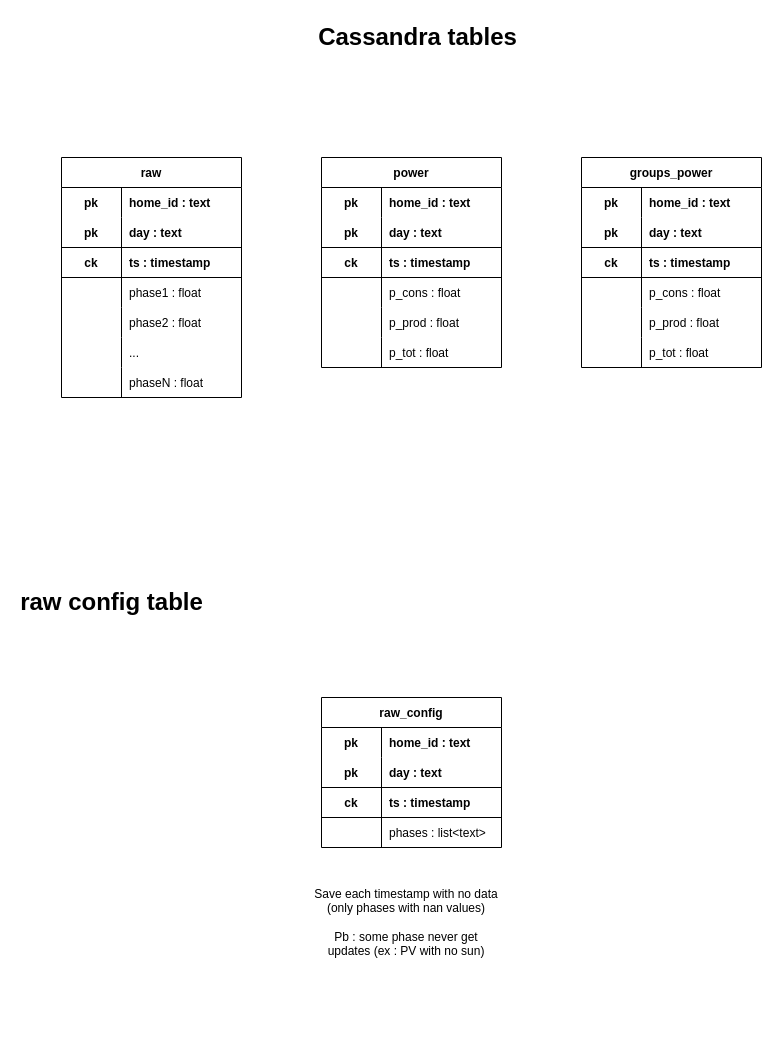
This is page "cassandra tables" (1 of 9) of documentation/documentation_diagrams.drawio from AlexandreHnf/Voisin-d-energie-ULB, a draw.io file, before an edit. Source tidied: cells renumbered, new cells numbered last; positions are measured from the earlier drawing's top-left corner, leaving out a move shared by most shapes. Both pictures are drawn from the tidied source at 100%, with x=0, y=0 at pixel (61, 17).
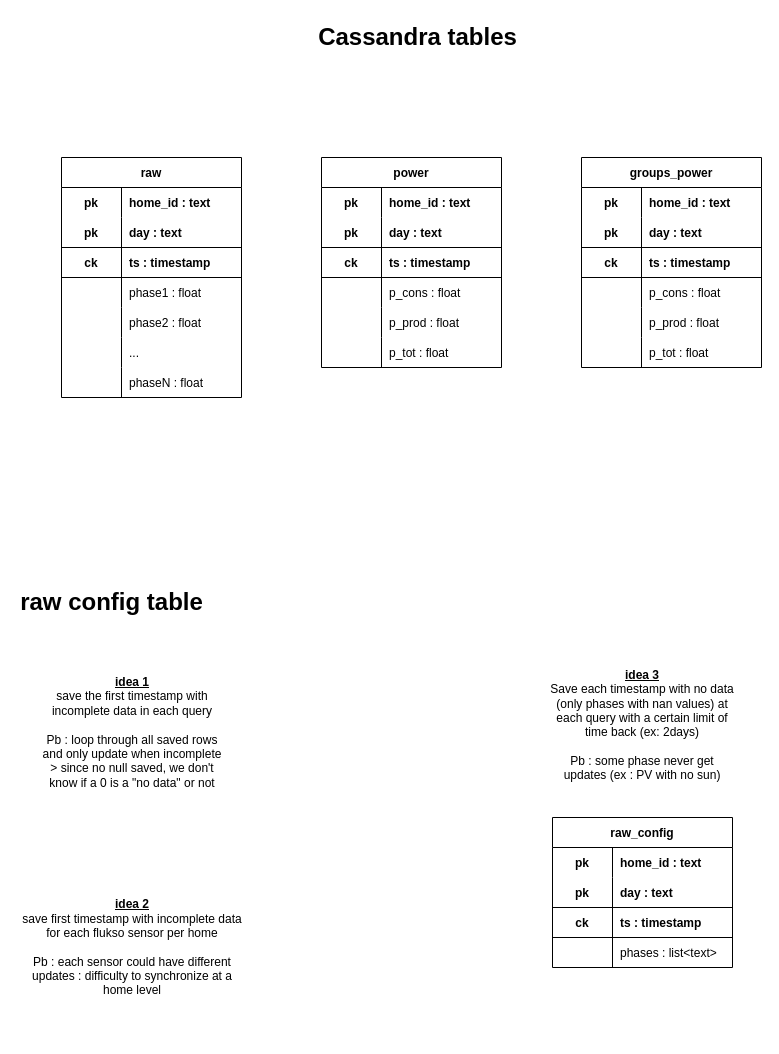
After the change.

The edit, as a diff of the source:
```diff
@@
     <mxCell id="63" value="raw_config" style="shape=table;startSize=30;childLayout=tableLayout;rowLines=0;fontStyle=1;align=center;" parent="1" vertex="1">
-      <mxGeometry x="260" y="680" width="180" height="150" as="geometry" />
+      <mxGeometry x="491" y="800" width="180" height="150" as="geometry" />
     </mxCell>
@@
-    <mxCell id="77" value="&lt;div&gt;Save each timestamp with no data (only phases with nan values)&lt;/div&gt;&lt;div&gt;&lt;br&gt;&lt;/div&gt;&lt;div&gt;Pb : some phase never get updates (ex : PV with no sun)&lt;br&gt;&lt;/div&gt;" style="text;html=1;strokeColor=none;fillColor=none;align=center;verticalAlign=middle;whiteSpace=wrap;rounded=0;" parent="1" vertex="1">
-      <mxGeometry x="250" y="850" width="190" height="110" as="geometry" />
+    <mxCell id="77" value="&lt;u&gt;&lt;b&gt;idea 3&lt;/b&gt;&lt;/u&gt;&lt;br&gt;&lt;div&gt;Save each timestamp with no data (only phases with nan values) at each query with a certain limit of time back (ex: 2days)&lt;br&gt;&lt;/div&gt;&lt;div&gt;&lt;br&gt;&lt;/div&gt;&lt;div&gt;Pb : some phase never get updates (ex : PV with no sun)&lt;br&gt;&lt;/div&gt;&amp;nbsp;" style="text;html=1;strokeColor=none;fillColor=none;align=center;verticalAlign=middle;whiteSpace=wrap;rounded=0;" parent="1" vertex="1">
+      <mxGeometry x="486" y="660" width="190" height="110" as="geometry" />
     </mxCell>
+    <mxCell id="78" value="&lt;div&gt;&lt;u&gt;&lt;b&gt;idea 1&lt;/b&gt; &lt;/u&gt;&lt;br&gt;&lt;/div&gt;&lt;div&gt;save the first timestamp with incomplete data in each query&lt;/div&gt;&lt;div&gt;&lt;br&gt;&lt;/div&gt;&lt;div&gt;Pb : loop through all saved rows and only update when incomplete &amp;gt; since no null saved, we don't know if a 0 is a &quot;no data&quot; or not&lt;br&gt;&lt;/div&gt;" style="text;html=1;strokeColor=none;fillColor=none;align=center;verticalAlign=middle;whiteSpace=wrap;rounded=0;" parent="1" vertex="1">
+      <mxGeometry x="-24" y="620" width="190" height="190" as="geometry" />
+    </mxCell>
+    <mxCell id="79" value="&lt;div&gt;&lt;u&gt;&lt;b&gt;idea 2&lt;/b&gt;&lt;/u&gt;&lt;br&gt;&lt;/div&gt;&lt;div&gt;save first timestamp with incomplete data for each flukso sensor per home&lt;/div&gt;&lt;div&gt;&lt;br&gt;&lt;/div&gt;&lt;div&gt;Pb : each sensor could have different updates : difficulty to synchronize at a home level&lt;br&gt;&lt;/div&gt;" style="text;html=1;strokeColor=none;fillColor=none;align=center;verticalAlign=middle;whiteSpace=wrap;rounded=0;" parent="1" vertex="1">
+      <mxGeometry x="-44" y="840" width="230" height="180" as="geometry" />
+    </mxCell>
```
